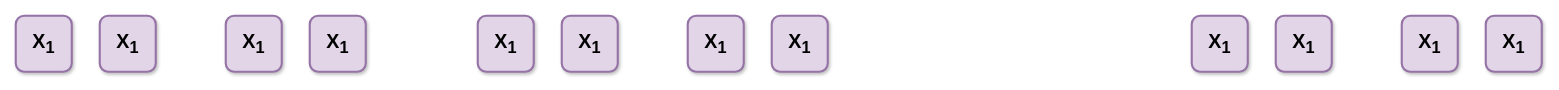
The draw.io diagram xmg.drawio in kxzhu0505/LogicSynOpt, before the edit. Source tidied: cells renumbered, new cells numbered last; positions are measured from the earlier drawing's top-left corner, leaving out a move shared by most shapes. Both pictures are drawn from the tidied source at 70%, with x=0, y=0 at pixel (15, 15).
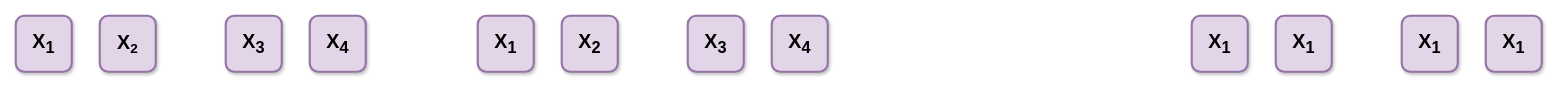
After the change.

The edit, as a diff of the source:
```diff
@@
 <mxGraphModel>
   <root>
     <mxCell id="0" />
     <mxCell id="1" parent="0" />
     <mxCell id="2" value="&lt;font style=&quot;font-size: 28px;&quot;&gt;&lt;b&gt;X&lt;sub&gt;1&lt;/sub&gt;&lt;/b&gt;&lt;/font&gt;" style="rounded=1;whiteSpace=wrap;html=1;fillColor=#e1d5e7;strokeColor=#9673a6;shadow=1;strokeWidth=3;" parent="1" vertex="1">
       <mxGeometry width="80" height="80" as="geometry" />
     </mxCell>
-    <mxCell id="3" value="&lt;font style=&quot;font-size: 28px;&quot;&gt;&lt;b&gt;X&lt;sub&gt;1&lt;/sub&gt;&lt;/b&gt;&lt;/font&gt;" style="rounded=1;whiteSpace=wrap;html=1;fillColor=#e1d5e7;strokeColor=#9673a6;shadow=1;strokeWidth=3;" parent="1" vertex="1">
+    <mxCell id="3" value="&lt;font style=&quot;&quot;&gt;&lt;b style=&quot;&quot;&gt;&lt;span style=&quot;font-size: 28px;&quot;&gt;X&lt;/span&gt;&lt;span style=&quot;font-size: 23.3333px;&quot;&gt;&lt;sub&gt;2&lt;/sub&gt;&lt;/span&gt;&lt;/b&gt;&lt;/font&gt;" style="rounded=1;whiteSpace=wrap;html=1;fillColor=#e1d5e7;strokeColor=#9673a6;shadow=1;strokeWidth=3;" parent="1" vertex="1">
       <mxGeometry x="120" width="80" height="80" as="geometry" />
     </mxCell>
-    <mxCell id="4" value="&lt;font style=&quot;font-size: 28px;&quot;&gt;&lt;b&gt;X&lt;sub&gt;1&lt;/sub&gt;&lt;/b&gt;&lt;/font&gt;" style="rounded=1;whiteSpace=wrap;html=1;fillColor=#e1d5e7;strokeColor=#9673a6;shadow=1;strokeWidth=3;" parent="1" vertex="1">
+    <mxCell id="4" value="&lt;font style=&quot;font-size: 28px;&quot;&gt;&lt;b&gt;X&lt;sub&gt;3&lt;/sub&gt;&lt;/b&gt;&lt;/font&gt;" style="rounded=1;whiteSpace=wrap;html=1;fillColor=#e1d5e7;strokeColor=#9673a6;shadow=1;strokeWidth=3;" parent="1" vertex="1">
       <mxGeometry x="300" width="80" height="80" as="geometry" />
     </mxCell>
-    <mxCell id="5" value="&lt;font style=&quot;font-size: 28px;&quot;&gt;&lt;b&gt;X&lt;sub&gt;1&lt;/sub&gt;&lt;/b&gt;&lt;/font&gt;" style="rounded=1;whiteSpace=wrap;html=1;fillColor=#e1d5e7;strokeColor=#9673a6;shadow=1;strokeWidth=3;" parent="1" vertex="1">
+    <mxCell id="5" value="&lt;font style=&quot;font-size: 28px;&quot;&gt;&lt;b&gt;X&lt;sub&gt;4&lt;/sub&gt;&lt;/b&gt;&lt;/font&gt;" style="rounded=1;whiteSpace=wrap;html=1;fillColor=#e1d5e7;strokeColor=#9673a6;shadow=1;strokeWidth=3;" parent="1" vertex="1">
       <mxGeometry x="420" width="80" height="80" as="geometry" />
     </mxCell>
     <mxCell id="6" value="&lt;font style=&quot;font-size: 28px;&quot;&gt;&lt;b&gt;X&lt;sub&gt;1&lt;/sub&gt;&lt;/b&gt;&lt;/font&gt;" style="rounded=1;whiteSpace=wrap;html=1;fillColor=#e1d5e7;strokeColor=#9673a6;shadow=1;strokeWidth=3;" parent="1" vertex="1">
       <mxGeometry x="660" width="80" height="80" as="geometry" />
     </mxCell>
-    <mxCell id="7" value="&lt;font style=&quot;font-size: 28px;&quot;&gt;&lt;b&gt;X&lt;sub&gt;1&lt;/sub&gt;&lt;/b&gt;&lt;/font&gt;" style="rounded=1;whiteSpace=wrap;html=1;fillColor=#e1d5e7;strokeColor=#9673a6;shadow=1;strokeWidth=3;" parent="1" vertex="1">
+    <mxCell id="7" value="&lt;font style=&quot;font-size: 28px;&quot;&gt;&lt;b&gt;X&lt;sub&gt;2&lt;/sub&gt;&lt;/b&gt;&lt;/font&gt;" style="rounded=1;whiteSpace=wrap;html=1;fillColor=#e1d5e7;strokeColor=#9673a6;shadow=1;strokeWidth=3;" parent="1" vertex="1">
       <mxGeometry x="780" width="80" height="80" as="geometry" />
     </mxCell>
-    <mxCell id="8" value="&lt;font style=&quot;font-size: 28px;&quot;&gt;&lt;b&gt;X&lt;sub&gt;1&lt;/sub&gt;&lt;/b&gt;&lt;/font&gt;" style="rounded=1;whiteSpace=wrap;html=1;fillColor=#e1d5e7;strokeColor=#9673a6;shadow=1;strokeWidth=3;" parent="1" vertex="1">
+    <mxCell id="8" value="&lt;font style=&quot;font-size: 28px;&quot;&gt;&lt;b&gt;X&lt;sub&gt;3&lt;/sub&gt;&lt;/b&gt;&lt;/font&gt;" style="rounded=1;whiteSpace=wrap;html=1;fillColor=#e1d5e7;strokeColor=#9673a6;shadow=1;strokeWidth=3;" parent="1" vertex="1">
       <mxGeometry x="960" width="80" height="80" as="geometry" />
     </mxCell>
-    <mxCell id="9" value="&lt;font style=&quot;font-size: 28px;&quot;&gt;&lt;b&gt;X&lt;sub&gt;1&lt;/sub&gt;&lt;/b&gt;&lt;/font&gt;" style="rounded=1;whiteSpace=wrap;html=1;fillColor=#e1d5e7;strokeColor=#9673a6;shadow=1;strokeWidth=3;" parent="1" vertex="1">
+    <mxCell id="9" value="&lt;font style=&quot;font-size: 28px;&quot;&gt;&lt;b&gt;X&lt;sub&gt;4&lt;/sub&gt;&lt;/b&gt;&lt;/font&gt;" style="rounded=1;whiteSpace=wrap;html=1;fillColor=#e1d5e7;strokeColor=#9673a6;shadow=1;strokeWidth=3;" parent="1" vertex="1">
       <mxGeometry x="1080" width="80" height="80" as="geometry" />
     </mxCell>
     <mxCell id="10" value="&lt;font style=&quot;font-size: 28px;&quot;&gt;&lt;b&gt;X&lt;sub&gt;1&lt;/sub&gt;&lt;/b&gt;&lt;/font&gt;" style="rounded=1;whiteSpace=wrap;html=1;fillColor=#e1d5e7;strokeColor=#9673a6;shadow=1;strokeWidth=3;" parent="1" vertex="1">
       <mxGeometry x="1680" width="80" height="80" as="geometry" />
     </mxCell>
     <mxCell id="11" value="&lt;font style=&quot;font-size: 28px;&quot;&gt;&lt;b&gt;X&lt;sub&gt;1&lt;/sub&gt;&lt;/b&gt;&lt;/font&gt;" style="rounded=1;whiteSpace=wrap;html=1;fillColor=#e1d5e7;strokeColor=#9673a6;shadow=1;strokeWidth=3;" parent="1" vertex="1">
       <mxGeometry x="1800" width="80" height="80" as="geometry" />
     </mxCell>
     <mxCell id="12" value="&lt;font style=&quot;font-size: 28px;&quot;&gt;&lt;b&gt;X&lt;sub&gt;1&lt;/sub&gt;&lt;/b&gt;&lt;/font&gt;" style="rounded=1;whiteSpace=wrap;html=1;fillColor=#e1d5e7;strokeColor=#9673a6;shadow=1;strokeWidth=3;" parent="1" vertex="1">
       <mxGeometry x="1980" width="80" height="80" as="geometry" />
     </mxCell>
     <mxCell id="13" value="&lt;font style=&quot;font-size: 28px;&quot;&gt;&lt;b&gt;X&lt;sub&gt;1&lt;/sub&gt;&lt;/b&gt;&lt;/font&gt;" style="rounded=1;whiteSpace=wrap;html=1;fillColor=#e1d5e7;strokeColor=#9673a6;shadow=1;strokeWidth=3;" parent="1" vertex="1">
       <mxGeometry x="2100" width="80" height="80" as="geometry" />
     </mxCell>
   </root>
 </mxGraphModel>
```
